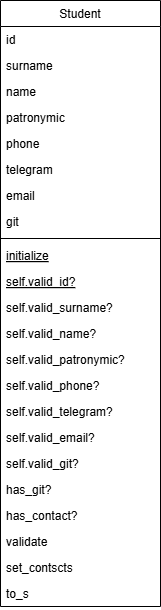
Earlier version of the draw.io export Student/student_class_diagram.png (thesmalllest/ruby_labs). Source tidied: cells renumbered, new cells last; positions are measured from the earlier drawing's top-left corner, leaving out a move shared by most shapes.
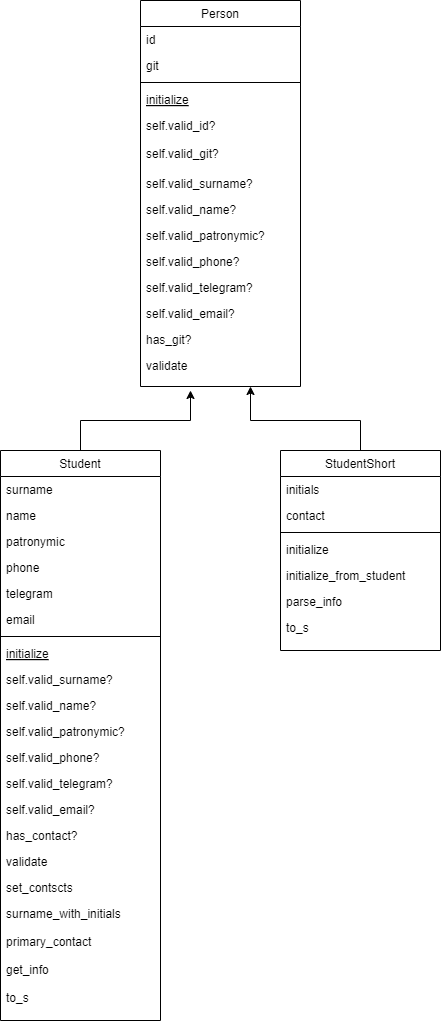
The same diagram one commit later.

Commit message:
lab 2 |  task 2.6

Обновленная диаграмма классов

Diff of the diagram source:
```diff
@@ -3,76 +3,146 @@
     <mxCell id="0" />
     <mxCell id="1" parent="0" />
     <mxCell id="2" value="Student" style="swimlane;fontStyle=0;align=center;verticalAlign=top;horizontal=1;startSize=26;rounded=0;shadow=0;strokeWidth=1;" parent="1" vertex="1">
-      <mxGeometry width="160" height="606" as="geometry" />
+      <mxGeometry width="160" height="570" as="geometry" />
     </mxCell>
-    <mxCell id="3" value="id" style="text;align=left;verticalAlign=top;spacingLeft=4;spacingRight=4;overflow=hidden;rounded=0;shadow=0;html=0;" parent="2" vertex="1">
-      <mxGeometry y="26" width="160" height="26" as="geometry" />
-    </mxCell>
     <mxCell id="4" value="surname" style="text;align=left;verticalAlign=top;spacingLeft=4;spacingRight=4;overflow=hidden;" parent="2" vertex="1">
-      <mxGeometry y="52" width="160" height="26" as="geometry" />
+      <mxGeometry y="26" width="160" height="26" as="geometry" />
     </mxCell>
     <mxCell id="5" value="name" style="text;align=left;verticalAlign=top;spacingLeft=4;spacingRight=4;overflow=hidden;rounded=0;shadow=0;html=0;" parent="2" vertex="1">
-      <mxGeometry y="78" width="160" height="26" as="geometry" />
+      <mxGeometry y="52" width="160" height="26" as="geometry" />
     </mxCell>
     <mxCell id="6" value="patronymic" style="text;align=left;verticalAlign=top;spacingLeft=4;spacingRight=4;overflow=hidden;rounded=0;shadow=0;html=0;" parent="2" vertex="1">
-      <mxGeometry y="104" width="160" height="26" as="geometry" />
+      <mxGeometry y="78" width="160" height="26" as="geometry" />
     </mxCell>
     <mxCell id="7" value="phone" style="text;align=left;verticalAlign=top;spacingLeft=4;spacingRight=4;overflow=hidden;rounded=0;shadow=0;html=0;" parent="2" vertex="1">
-      <mxGeometry y="130" width="160" height="26" as="geometry" />
+      <mxGeometry y="104" width="160" height="26" as="geometry" />
     </mxCell>
     <mxCell id="8" value="telegram" style="text;align=left;verticalAlign=top;spacingLeft=4;spacingRight=4;overflow=hidden;rounded=0;shadow=0;html=0;" parent="2" vertex="1">
-      <mxGeometry y="156" width="160" height="26" as="geometry" />
+      <mxGeometry y="130" width="160" height="26" as="geometry" />
     </mxCell>
     <mxCell id="9" value="email" style="text;align=left;verticalAlign=top;spacingLeft=4;spacingRight=4;overflow=hidden;rounded=0;shadow=0;html=0;" parent="2" vertex="1">
-      <mxGeometry y="182" width="160" height="26" as="geometry" />
+      <mxGeometry y="156" width="160" height="26" as="geometry" />
     </mxCell>
-    <mxCell id="10" value="git" style="text;align=left;verticalAlign=top;spacingLeft=4;spacingRight=4;overflow=hidden;rounded=0;shadow=0;html=0;" parent="2" vertex="1">
-      <mxGeometry y="208" width="160" height="26" as="geometry" />
-    </mxCell>
     <mxCell id="11" style="line;html=1;strokeWidth=1;align=left;verticalAlign=middle;spacingTop=-1;spacingLeft=3;spacingRight=3;labelPosition=right;" parent="2" vertex="1">
-      <mxGeometry y="234" width="160" height="8" as="geometry" />
+      <mxGeometry y="182" width="160" height="8" as="geometry" />
     </mxCell>
     <mxCell id="12" value="initialize&#10;" style="text;align=left;verticalAlign=top;spacingLeft=4;spacingRight=4;overflow=hidden;fontStyle=4;" parent="2" vertex="1">
-      <mxGeometry y="242" width="160" height="26" as="geometry" />
+      <mxGeometry y="190" width="160" height="26" as="geometry" />
     </mxCell>
-    <mxCell id="13" value="self.valid_id?" style="text;align=left;verticalAlign=top;spacingLeft=4;spacingRight=4;overflow=hidden;fontStyle=4;" parent="2" vertex="1">
-      <mxGeometry y="268" width="160" height="26" as="geometry" />
-    </mxCell>
     <mxCell id="14" value="self.valid_surname?" style="text;align=left;verticalAlign=top;spacingLeft=4;spacingRight=4;overflow=hidden;" parent="2" vertex="1">
-      <mxGeometry y="294" width="160" height="26" as="geometry" />
+      <mxGeometry y="216" width="160" height="26" as="geometry" />
     </mxCell>
     <mxCell id="15" value="self.valid_name?" style="text;align=left;verticalAlign=top;spacingLeft=4;spacingRight=4;overflow=hidden;" parent="2" vertex="1">
-      <mxGeometry y="320" width="160" height="26" as="geometry" />
+      <mxGeometry y="242" width="160" height="26" as="geometry" />
     </mxCell>
     <mxCell id="16" value="self.valid_patronymic?" style="text;align=left;verticalAlign=top;spacingLeft=4;spacingRight=4;overflow=hidden;" parent="2" vertex="1">
-      <mxGeometry y="346" width="160" height="26" as="geometry" />
+      <mxGeometry y="268" width="160" height="26" as="geometry" />
     </mxCell>
     <mxCell id="17" value="self.valid_phone?" style="text;align=left;verticalAlign=top;spacingLeft=4;spacingRight=4;overflow=hidden;" parent="2" vertex="1">
-      <mxGeometry y="372" width="160" height="26" as="geometry" />
+      <mxGeometry y="294" width="160" height="26" as="geometry" />
     </mxCell>
     <mxCell id="18" value="self.valid_telegram?" style="text;align=left;verticalAlign=top;spacingLeft=4;spacingRight=4;overflow=hidden;" parent="2" vertex="1">
-      <mxGeometry y="398" width="160" height="26" as="geometry" />
+      <mxGeometry y="320" width="160" height="26" as="geometry" />
     </mxCell>
     <mxCell id="19" value="self.valid_email?" style="text;align=left;verticalAlign=top;spacingLeft=4;spacingRight=4;overflow=hidden;" parent="2" vertex="1">
-      <mxGeometry y="424" width="160" height="26" as="geometry" />
+      <mxGeometry y="346" width="160" height="26" as="geometry" />
     </mxCell>
-    <mxCell id="20" value="self.valid_git?" style="text;align=left;verticalAlign=top;spacingLeft=4;spacingRight=4;overflow=hidden;" parent="2" vertex="1">
-      <mxGeometry y="450" width="160" height="26" as="geometry" />
-    </mxCell>
-    <mxCell id="21" value="has_git?" style="text;align=left;verticalAlign=top;spacingLeft=4;spacingRight=4;overflow=hidden;" parent="2" vertex="1">
-      <mxGeometry y="476" width="160" height="26" as="geometry" />
-    </mxCell>
     <mxCell id="22" value="has_contact?" style="text;align=left;verticalAlign=top;spacingLeft=4;spacingRight=4;overflow=hidden;" parent="2" vertex="1">
-      <mxGeometry y="502" width="160" height="26" as="geometry" />
+      <mxGeometry y="372" width="160" height="26" as="geometry" />
     </mxCell>
     <mxCell id="23" value="validate" style="text;align=left;verticalAlign=top;spacingLeft=4;spacingRight=4;overflow=hidden;" parent="2" vertex="1">
-      <mxGeometry y="528" width="160" height="26" as="geometry" />
+      <mxGeometry y="398" width="160" height="26" as="geometry" />
     </mxCell>
     <mxCell id="24" value="set_contscts" style="text;align=left;verticalAlign=top;spacingLeft=4;spacingRight=4;overflow=hidden;" parent="2" vertex="1">
-      <mxGeometry y="554" width="160" height="26" as="geometry" />
+      <mxGeometry y="424" width="160" height="26" as="geometry" />
     </mxCell>
-    <mxCell id="25" value="to_s" style="text;align=left;verticalAlign=top;spacingLeft=4;spacingRight=4;overflow=hidden;" parent="2" vertex="1">
-      <mxGeometry y="580" width="160" height="26" as="geometry" />
+    <mxCell id="25" value="surname_with_initials&#10;&#10;primary_contact&#10;&#10;get_info&#10;&#10;to_s&#10;" style="text;align=left;verticalAlign=top;spacingLeft=4;spacingRight=4;overflow=hidden;" parent="2" vertex="1">
+      <mxGeometry y="450" width="160" height="110" as="geometry" />
     </mxCell>
+    <mxCell id="26" value="StudentShort" style="swimlane;fontStyle=0;align=center;verticalAlign=top;horizontal=1;startSize=26;rounded=0;shadow=0;strokeWidth=1;" parent="1" vertex="1">
+      <mxGeometry x="280" width="160" height="200" as="geometry" />
+    </mxCell>
+    <mxCell id="27" value="initials" style="text;align=left;verticalAlign=top;spacingLeft=4;spacingRight=4;overflow=hidden;" parent="26" vertex="1">
+      <mxGeometry y="26" width="160" height="26" as="geometry" />
+    </mxCell>
+    <mxCell id="28" value="contact" style="text;align=left;verticalAlign=top;spacingLeft=4;spacingRight=4;overflow=hidden;rounded=0;shadow=0;html=0;" parent="26" vertex="1">
+      <mxGeometry y="52" width="160" height="26" as="geometry" />
+    </mxCell>
+    <mxCell id="29" style="line;html=1;strokeWidth=1;align=left;verticalAlign=middle;spacingTop=-1;spacingLeft=3;spacingRight=3;labelPosition=right;" parent="26" vertex="1">
+      <mxGeometry y="78" width="160" height="8" as="geometry" />
+    </mxCell>
+    <mxCell id="30" value="initialize" style="text;align=left;verticalAlign=top;spacingLeft=4;spacingRight=4;overflow=hidden;" parent="26" vertex="1">
+      <mxGeometry y="86" width="160" height="26" as="geometry" />
+    </mxCell>
+    <mxCell id="31" value="initialize_from_student" style="text;align=left;verticalAlign=top;spacingLeft=4;spacingRight=4;overflow=hidden;" parent="26" vertex="1">
+      <mxGeometry y="112" width="160" height="26" as="geometry" />
+    </mxCell>
+    <mxCell id="32" value="parse_info" style="text;align=left;verticalAlign=top;spacingLeft=4;spacingRight=4;overflow=hidden;" parent="26" vertex="1">
+      <mxGeometry y="138" width="160" height="26" as="geometry" />
+    </mxCell>
+    <mxCell id="33" value="to_s" style="text;align=left;verticalAlign=top;spacingLeft=4;spacingRight=4;overflow=hidden;" parent="26" vertex="1">
+      <mxGeometry y="164" width="160" height="26" as="geometry" />
+    </mxCell>
+    <mxCell id="34" value="Person" style="swimlane;fontStyle=0;align=center;verticalAlign=top;horizontal=1;startSize=26;rounded=0;shadow=0;strokeWidth=1;" parent="1" vertex="1">
+      <mxGeometry x="140" y="-450" width="160" height="386" as="geometry" />
+    </mxCell>
+    <mxCell id="3" value="id" style="text;align=left;verticalAlign=top;spacingLeft=4;spacingRight=4;overflow=hidden;" parent="34" vertex="1">
+      <mxGeometry y="26" width="160" height="26" as="geometry" />
+    </mxCell>
+    <mxCell id="10" value="git" style="text;align=left;verticalAlign=top;spacingLeft=4;spacingRight=4;overflow=hidden;rounded=0;shadow=0;html=0;" parent="34" vertex="1">
+      <mxGeometry y="52" width="160" height="26" as="geometry" />
+    </mxCell>
+    <mxCell id="35" style="line;html=1;strokeWidth=1;align=left;verticalAlign=middle;spacingTop=-1;spacingLeft=3;spacingRight=3;labelPosition=right;" parent="34" vertex="1">
+      <mxGeometry y="78" width="160" height="8" as="geometry" />
+    </mxCell>
+    <mxCell id="36" value="initialize&#10;" style="text;align=left;verticalAlign=top;spacingLeft=4;spacingRight=4;overflow=hidden;fontStyle=4;" parent="34" vertex="1">
+      <mxGeometry y="86" width="160" height="26" as="geometry" />
+    </mxCell>
+    <mxCell id="37" value="self.valid_id?&#10;&#10;self.valid_git?" style="text;align=left;verticalAlign=top;spacingLeft=4;spacingRight=4;overflow=hidden;" parent="34" vertex="1">
+      <mxGeometry y="112" width="160" height="58" as="geometry" />
+    </mxCell>
+    <mxCell id="38" value="self.valid_surname?" style="text;align=left;verticalAlign=top;spacingLeft=4;spacingRight=4;overflow=hidden;" parent="34" vertex="1">
+      <mxGeometry y="170" width="160" height="26" as="geometry" />
+    </mxCell>
+    <mxCell id="39" value="self.valid_name?" style="text;align=left;verticalAlign=top;spacingLeft=4;spacingRight=4;overflow=hidden;" parent="34" vertex="1">
+      <mxGeometry y="196" width="160" height="26" as="geometry" />
+    </mxCell>
+    <mxCell id="40" value="self.valid_patronymic?" style="text;align=left;verticalAlign=top;spacingLeft=4;spacingRight=4;overflow=hidden;" parent="34" vertex="1">
+      <mxGeometry y="222" width="160" height="26" as="geometry" />
+    </mxCell>
+    <mxCell id="41" value="self.valid_phone?" style="text;align=left;verticalAlign=top;spacingLeft=4;spacingRight=4;overflow=hidden;" parent="34" vertex="1">
+      <mxGeometry y="248" width="160" height="26" as="geometry" />
+    </mxCell>
+    <mxCell id="42" value="self.valid_telegram?" style="text;align=left;verticalAlign=top;spacingLeft=4;spacingRight=4;overflow=hidden;" parent="34" vertex="1">
+      <mxGeometry y="274" width="160" height="26" as="geometry" />
+    </mxCell>
+    <mxCell id="43" value="self.valid_email?" style="text;align=left;verticalAlign=top;spacingLeft=4;spacingRight=4;overflow=hidden;" parent="34" vertex="1">
+      <mxGeometry y="300" width="160" height="26" as="geometry" />
+    </mxCell>
+    <mxCell id="21" value="has_git?" style="text;align=left;verticalAlign=top;spacingLeft=4;spacingRight=4;overflow=hidden;" parent="34" vertex="1">
+      <mxGeometry y="326" width="160" height="26" as="geometry" />
+    </mxCell>
+    <mxCell id="44" value="validate" style="text;align=left;verticalAlign=top;spacingLeft=4;spacingRight=4;overflow=hidden;" parent="34" vertex="1">
+      <mxGeometry y="352" width="160" height="26" as="geometry" />
+    </mxCell>
+    <mxCell id="45" style="endArrow=classic;html=1;rounded=0;exitX=0.5;exitY=0;exitDx=0;exitDy=0;" parent="1" edge="1" source="2">
+      <mxGeometry relative="1" as="geometry">
+        <mxPoint x="190" y="-60" as="targetPoint" />
+        <Array as="points">
+          <mxPoint x="80" y="-30" />
+          <mxPoint x="190" y="-30" />
+        </Array>
+      </mxGeometry>
+    </mxCell>
+    <mxCell id="46" style="endArrow=classic;html=1;rounded=0;exitX=0.5;exitY=0;exitDx=0;exitDy=0;" parent="1" edge="1">
+      <mxGeometry relative="1" as="geometry">
+        <mxPoint x="360" as="sourcePoint" />
+        <mxPoint x="250" y="-64" as="targetPoint" />
+        <Array as="points">
+          <mxPoint x="360" y="-30" />
+          <mxPoint x="250" y="-30" />
+        </Array>
+      </mxGeometry>
+    </mxCell>
   </root>
 </mxGraphModel>
```
